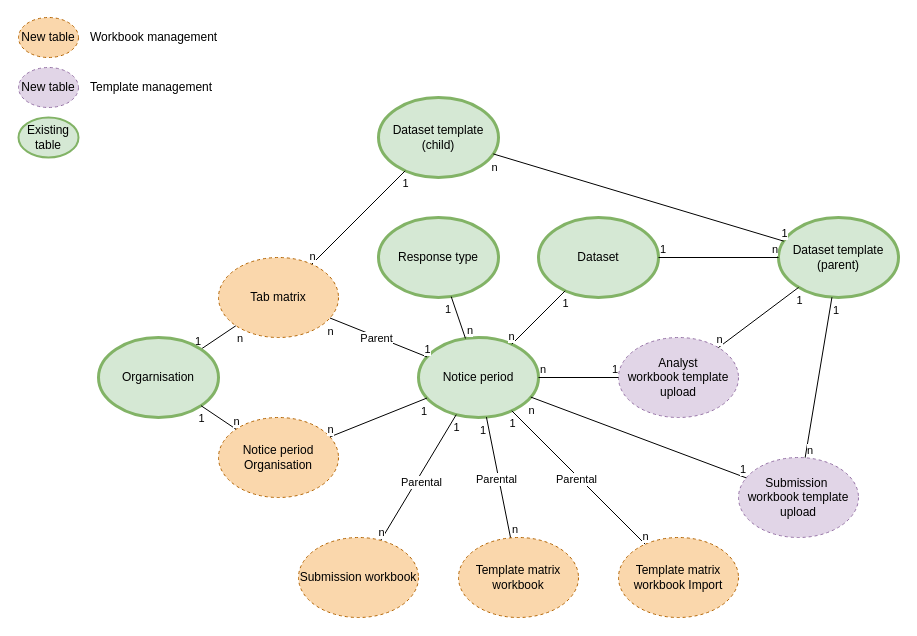
Above: page "T-Notice period" (7 of 13) of Data portal.drawio in danieldotskc/helloworld (draw.io), before the change. Source tidied: cells renumbered, new cells numbered last; positions are measured from the earlier drawing's top-left corner, leaving out a move shared by most shapes. Both pictures are drawn from the tidied source at 100%, with x=0, y=0 at pixel (18, 17).
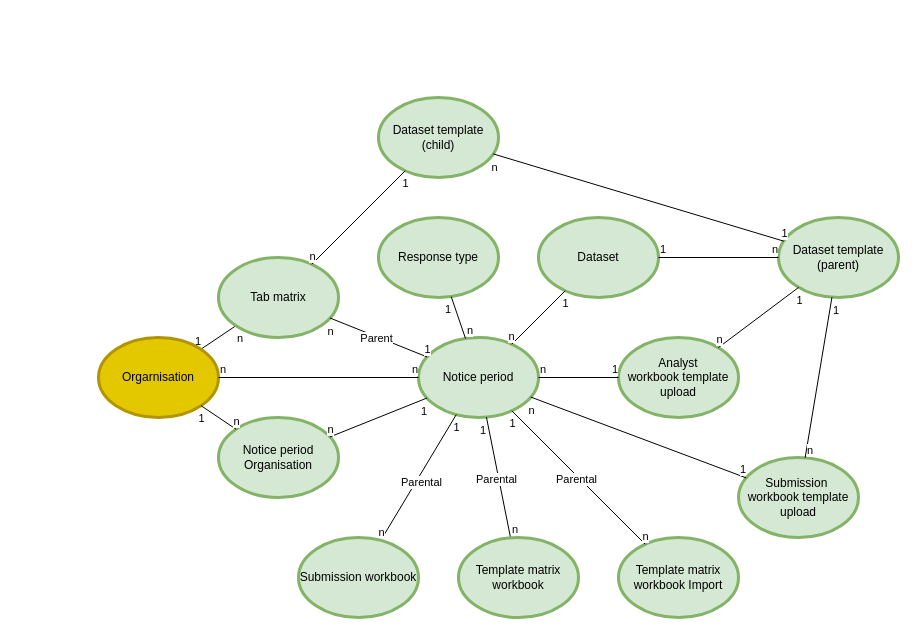
Above is the later version.

Unchanged cells that the change refers to:
```xml
<mxCell id="3" value="Notice period" style="ellipse;whiteSpace=wrap;html=1;strokeWidth=3;strokeColor=#82B366;fillColor=#D5E8D4;" parent="1" vertex="1">
  <mxGeometry x="400" y="320" width="120" height="80" as="geometry" />
</mxCell>
```

The edit, as a diff of the source:
```diff
@@
-    <mxCell id="15" value="Notice period Organisation" style="ellipse;whiteSpace=wrap;html=1;strokeWidth=1;fillColor=#fad7ac;strokeColor=#b46504;dashed=1;" parent="1" vertex="1">
+    <mxCell id="15" value="Notice period Organisation" style="ellipse;whiteSpace=wrap;html=1;strokeWidth=3;fillColor=#d5e8d4;strokeColor=#82b366;" parent="1" vertex="1">
       <mxGeometry x="200" y="400" width="120" height="80" as="geometry" />
     </mxCell>
-    <mxCell id="16" value="Tab matrix" style="ellipse;whiteSpace=wrap;html=1;strokeWidth=1;fillColor=#fad7ac;strokeColor=#b46504;dashed=1;" parent="1" vertex="1">
+    <mxCell id="16" value="Tab matrix" style="ellipse;whiteSpace=wrap;html=1;strokeWidth=3;fillColor=#d5e8d4;strokeColor=#82b366;" parent="1" vertex="1">
       <mxGeometry x="200" y="240" width="120" height="80" as="geometry" />
     </mxCell>
-    <mxCell id="17" value="Orgarnisation" style="ellipse;whiteSpace=wrap;html=1;strokeWidth=3;strokeColor=#82B366;fillColor=#D5E8D4;" parent="1" vertex="1">
+    <mxCell id="17" value="Orgarnisation" style="ellipse;whiteSpace=wrap;html=1;strokeWidth=3;strokeColor=#B09500;fillColor=#e3c800;fontColor=#000000;" parent="1" vertex="1">
       <mxGeometry x="80" y="320" width="120" height="80" as="geometry" />
     </mxCell>
-    <mxCell id="18" value="Submission workbook" style="ellipse;whiteSpace=wrap;html=1;strokeWidth=1;fillColor=#fad7ac;strokeColor=#b46504;dashed=1;" parent="1" vertex="1">
+    <mxCell id="18" value="Submission workbook" style="ellipse;whiteSpace=wrap;html=1;strokeWidth=3;fillColor=#d5e8d4;strokeColor=#82b366;" parent="1" vertex="1">
       <mxGeometry x="280" y="520" width="120" height="80" as="geometry" />
     </mxCell>
-    <mxCell id="19" value="Template matrix workbook" style="ellipse;whiteSpace=wrap;html=1;strokeWidth=1;fillColor=#fad7ac;strokeColor=#b46504;dashed=1;" parent="1" vertex="1">
+    <mxCell id="19" value="Template matrix workbook" style="ellipse;whiteSpace=wrap;html=1;strokeWidth=3;fillColor=#d5e8d4;strokeColor=#82b366;" parent="1" vertex="1">
       <mxGeometry x="440" y="520" width="120" height="80" as="geometry" />
     </mxCell>
-    <mxCell id="20" value="Template matrix workbook Import" style="ellipse;whiteSpace=wrap;html=1;strokeWidth=1;fillColor=#fad7ac;strokeColor=#b46504;dashed=1;" parent="1" vertex="1">
+    <mxCell id="20" value="Template matrix workbook Import" style="ellipse;whiteSpace=wrap;html=1;strokeWidth=3;fillColor=#d5e8d4;strokeColor=#82b366;" parent="1" vertex="1">
       <mxGeometry x="600" y="520" width="120" height="80" as="geometry" />
     </mxCell>
@@
-    <mxCell id="36" value="Existing table" style="ellipse;whiteSpace=wrap;html=1;fillColor=#d5e8d4;strokeColor=#82b366;strokeWidth=2;" parent="1" vertex="1">
-      <mxGeometry y="100" width="60" height="40" as="geometry" />
-    </mxCell>
-    <mxCell id="37" value="New table" style="ellipse;whiteSpace=wrap;html=1;strokeWidth=1;fillColor=#e1d5e7;strokeColor=#9673a6;dashed=1;" parent="1" vertex="1">
-      <mxGeometry y="50" width="60" height="40" as="geometry" />
-    </mxCell>
@@
-    <mxCell id="45" value="Submission&amp;nbsp;&lt;div&gt;&lt;span style=&quot;background-color: initial;&quot;&gt;workbook template upload&lt;/span&gt;&lt;/div&gt;" style="ellipse;whiteSpace=wrap;html=1;strokeWidth=1;fillColor=#e1d5e7;strokeColor=#9673a6;dashed=1;" parent="1" vertex="1">
+    <mxCell id="45" value="Submission&amp;nbsp;&lt;div&gt;&lt;span style=&quot;background-color: initial;&quot;&gt;workbook template upload&lt;/span&gt;&lt;/div&gt;" style="ellipse;whiteSpace=wrap;html=1;strokeWidth=3;fillColor=#d5e8d4;strokeColor=#82b366;" parent="1" vertex="1">
       <mxGeometry x="720" y="440" width="120" height="80" as="geometry" />
     </mxCell>
-    <mxCell id="46" value="Analyst&lt;div&gt;workbook template upload&lt;/div&gt;" style="ellipse;whiteSpace=wrap;html=1;strokeWidth=1;fillColor=#e1d5e7;strokeColor=#9673a6;dashed=1;" parent="1" vertex="1">
+    <mxCell id="46" value="Analyst&lt;div&gt;workbook template upload&lt;/div&gt;" style="ellipse;whiteSpace=wrap;html=1;strokeWidth=3;fillColor=#d5e8d4;strokeColor=#82b366;" parent="1" vertex="1">
       <mxGeometry x="600" y="320" width="120" height="80" as="geometry" />
     </mxCell>
@@
-    <mxCell id="62" value="New table" style="ellipse;whiteSpace=wrap;html=1;strokeWidth=1;fillColor=#fad7ac;strokeColor=#b46504;dashed=1;" parent="1" vertex="1">
-      <mxGeometry width="60" height="40" as="geometry" />
-    </mxCell>
@@
-    <mxCell id="70" value="Template management" style="text;html=1;align=left;verticalAlign=middle;whiteSpace=wrap;rounded=0;" parent="1" vertex="1">
-      <mxGeometry x="70" y="50" width="160" height="40" as="geometry" />
-    </mxCell>
-    <mxCell id="71" value="Workbook management" style="text;html=1;align=left;verticalAlign=middle;whiteSpace=wrap;rounded=0;" parent="1" vertex="1">
-      <mxGeometry x="70" width="160" height="40" as="geometry" />
-    </mxCell>
+    <mxCell id="72" style="endArrow=none;html=1;rounded=0;endFill=0;" parent="1" edge="1" source="17" target="3">
+      <mxGeometry relative="1" as="geometry" />
+    </mxCell>
+    <mxCell id="73" value="n" style="edgeLabel;html=1;align=left;verticalAlign=bottom;labelPosition=right;verticalLabelPosition=top;" parent="72" vertex="1">
+      <mxGeometry x="-1" relative="1" as="geometry" />
+    </mxCell>
+    <mxCell id="74" value="n" style="edgeLabel;html=1;align=right;verticalAlign=bottom;labelPosition=left;verticalLabelPosition=top;" parent="72" vertex="1">
+      <mxGeometry x="1" relative="1" as="geometry" />
+    </mxCell>
```
